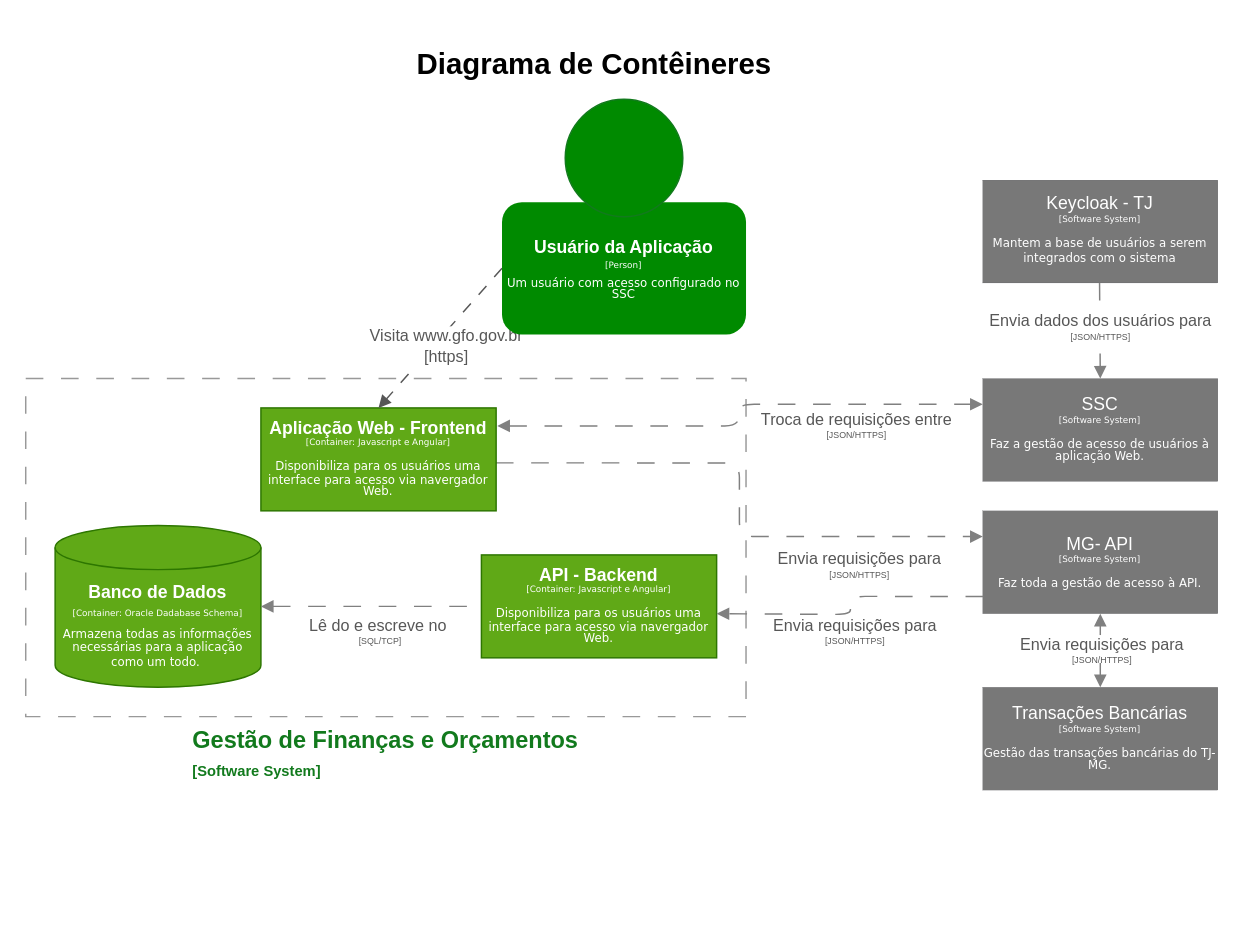
This is drawio/Diagrama Components v1.drawio from vitorecdias/drawio, a draw.io file, before an edit. Source tidied: cells renumbered, new cells numbered last; positions are measured from the earlier drawing's top-left corner, leaving out a move shared by most shapes. Both pictures are drawn from the tidied source at 147%, with x=0, y=0 at pixel (25, 40).
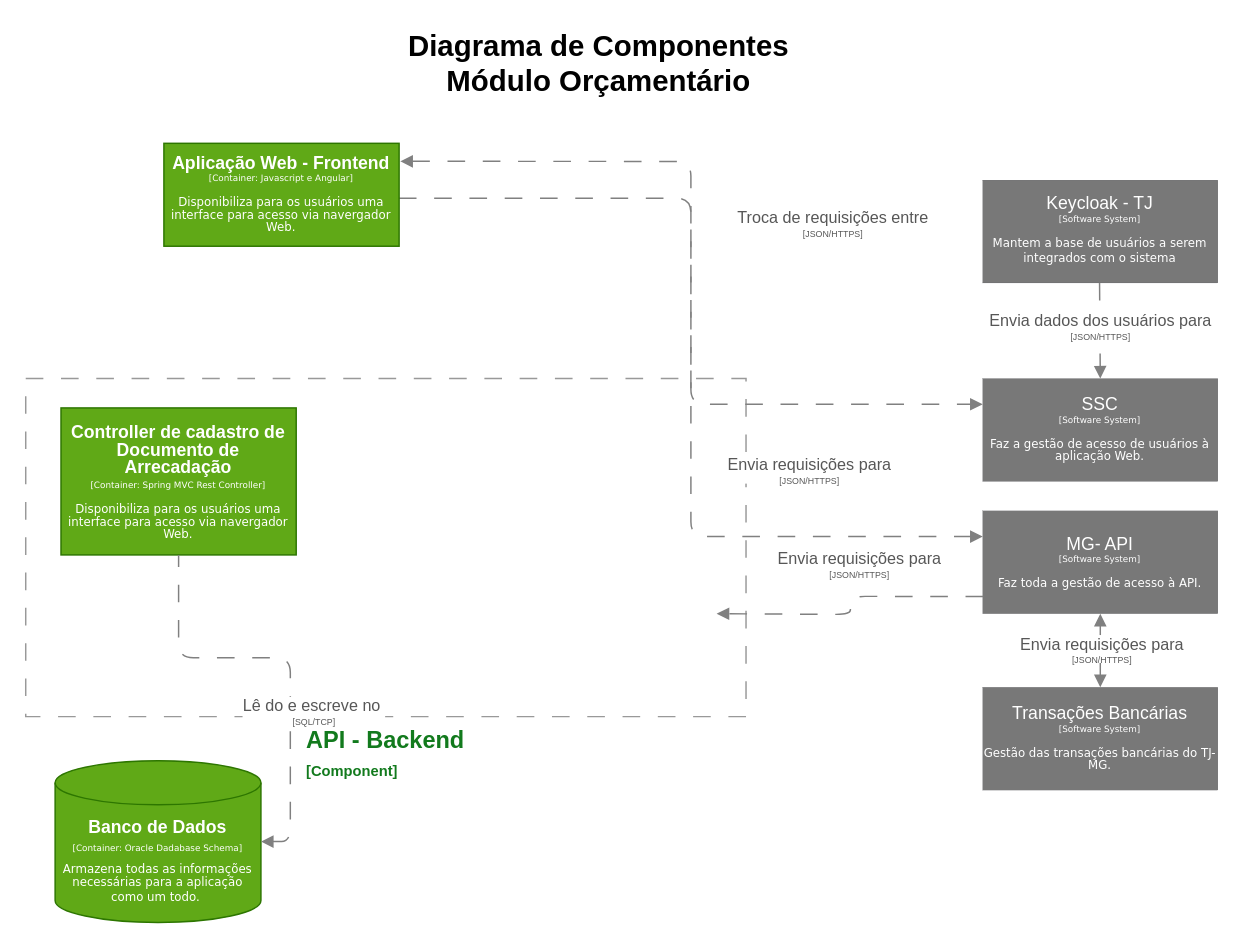
The same page after the edit.

What changed in the source:
```diff
@@
-    <mxCell id="2" value="&lt;font style=&quot;font-size: 20px;&quot;&gt;&lt;b&gt;Diagrama de Contêineres&lt;/b&gt;&lt;/font&gt;" style="text;html=1;align=center;verticalAlign=middle;whiteSpace=wrap;rounded=0;" parent="1" vertex="1">
-      <mxGeometry x="222" width="330" height="30" as="geometry" />
+    <mxCell id="2" value="&lt;font style=&quot;font-size: 20px;&quot;&gt;&lt;b&gt;Diagrama de Componentes&lt;br&gt;Módulo Orçamentário&lt;/b&gt;&lt;/font&gt;" style="text;html=1;align=center;verticalAlign=middle;whiteSpace=wrap;rounded=0;" parent="1" vertex="1">
+      <mxGeometry x="225" y="-10" width="330" height="50" as="geometry" />
     </mxCell>
-    <mxCell id="3" value="&lt;font style=&quot;color: rgb(18, 122, 29);&quot;&gt;Gestão de Finanças e Orçamentos&lt;br&gt;&lt;/font&gt;&lt;div style=&quot;text-align: left;&quot;&gt;&lt;span style=&quot;font-size: 10px; background-color: transparent;&quot;&gt;&lt;font style=&quot;color: rgb(18, 122, 29);&quot;&gt;[Software System]&lt;/font&gt;&lt;/span&gt;&lt;/div&gt;" style="rounded=0;whiteSpace=wrap;html=1;imageVerticalAlign=middle;labelPosition=center;verticalLabelPosition=bottom;align=center;verticalAlign=top;fontSize=16;fontStyle=1;fillColor=none;dashed=1;dashPattern=12 12;strokeColor=#999999;" parent="1" vertex="1">
+    <mxCell id="3" value="&lt;font style=&quot;color: rgb(18, 122, 29);&quot;&gt;API - Backend&lt;br&gt;&lt;/font&gt;&lt;div style=&quot;text-align: left;&quot;&gt;&lt;span style=&quot;font-size: 10px; background-color: transparent;&quot;&gt;&lt;font style=&quot;color: rgb(18, 122, 29);&quot;&gt;[Component]&lt;/font&gt;&lt;/span&gt;&lt;/div&gt;" style="rounded=0;whiteSpace=wrap;html=1;imageVerticalAlign=middle;labelPosition=center;verticalLabelPosition=bottom;align=center;verticalAlign=top;fontSize=16;fontStyle=1;fillColor=none;dashed=1;dashPattern=12 12;strokeColor=#999999;" parent="1" vertex="1">
       <mxGeometry y="230" width="490" height="230" as="geometry" />
     </mxCell>
@@
     <mxCell id="6" value="&lt;div style=&quot;line-height: 70%;&quot;&gt;&lt;font&gt;&lt;b&gt;Aplicação Web - Frontend&lt;/b&gt;&lt;/font&gt;&lt;div&gt;&lt;font face=&quot;Verdana&quot; style=&quot;font-size: 6px; line-height: 70%;&quot;&gt;[Container: Javascript e Angular]&lt;/font&gt;&lt;/div&gt;&lt;div&gt;&lt;font face=&quot;Verdana&quot; style=&quot;font-size: 6px; line-height: 70%;&quot;&gt;&lt;br&gt;&lt;/font&gt;&lt;/div&gt;&lt;div&gt;&lt;font face=&quot;Verdana&quot; style=&quot;line-height: 70%; font-size: 8px;&quot;&gt;Disponibiliza para os usuários uma interface para acesso via navergador Web.&lt;/font&gt;&lt;/div&gt;&lt;/div&gt;" style="rounded=0;whiteSpace=wrap;html=1;fillColor=#60a917;fontColor=#ffffff;strokeColor=#2D7600;" parent="1" vertex="1">
-      <mxGeometry x="160" y="250" width="160" height="70" as="geometry" />
+      <mxGeometry x="94" y="70" width="160" height="70" as="geometry" />
     </mxCell>
-    <mxCell id="7" value="&lt;div style=&quot;line-height: 70%;&quot;&gt;&lt;b&gt;API - Backend&lt;/b&gt;&lt;br&gt;&lt;div&gt;&lt;font face=&quot;Verdana&quot; style=&quot;font-size: 6px; line-height: 70%;&quot;&gt;[Container: Javascript e Angular]&lt;/font&gt;&lt;/div&gt;&lt;div&gt;&lt;font face=&quot;Verdana&quot; style=&quot;font-size: 6px; line-height: 70%;&quot;&gt;&lt;br&gt;&lt;/font&gt;&lt;/div&gt;&lt;div&gt;&lt;font face=&quot;Verdana&quot; style=&quot;line-height: 70%; font-size: 8px;&quot;&gt;Disponibiliza para os usuários uma interface para acesso via navergador Web.&lt;/font&gt;&lt;/div&gt;&lt;/div&gt;" style="rounded=0;whiteSpace=wrap;html=1;fillColor=#60a917;fontColor=#ffffff;strokeColor=#2D7600;" parent="1" vertex="1">
-      <mxGeometry x="310" y="350" width="160" height="70" as="geometry" />
+    <mxCell id="7" value="&lt;div style=&quot;line-height: 70%;&quot;&gt;&lt;b style=&quot;line-height: 100%;&quot;&gt;Controller de cadastro de Documento de Arrecadação&lt;/b&gt;&lt;br&gt;&lt;div&gt;&lt;font face=&quot;Verdana&quot; style=&quot;font-size: 6px; line-height: 70%;&quot;&gt;[Container: Spring MVC Rest Controller]&lt;/font&gt;&lt;/div&gt;&lt;div&gt;&lt;font face=&quot;Verdana&quot; style=&quot;font-size: 6px; line-height: 70%;&quot;&gt;&lt;br&gt;&lt;/font&gt;&lt;/div&gt;&lt;div&gt;&lt;font face=&quot;Verdana&quot; style=&quot;line-height: 70%; font-size: 8px;&quot;&gt;Disponibiliza para os usuários uma interface para acesso via navergador Web.&lt;/font&gt;&lt;/div&gt;&lt;/div&gt;" style="rounded=0;whiteSpace=wrap;html=1;fillColor=#60a917;fontColor=#ffffff;strokeColor=#2D7600;" parent="1" vertex="1">
+      <mxGeometry x="24" y="250" width="160" height="100" as="geometry" />
     </mxCell>
@@
-    <mxCell id="9" style="endArrow=block;html=1;rounded=0;exitX=0;exitY=0.5;exitDx=0;exitDy=0;entryX=0.5;entryY=0;entryDx=0;entryDy=0;dashed=1;dashPattern=8 8;strokeColor=#575757;endFill=1;" parent="1" edge="1" source="12" target="6">
-      <mxGeometry relative="1" as="geometry" />
-    </mxCell>
-    <mxCell id="10" value="&lt;font style=&quot;color: rgb(87, 87, 87);&quot;&gt;Visita www.gfo.gov.br&lt;/font&gt;&lt;div&gt;&lt;font style=&quot;color: rgb(87, 87, 87);&quot;&gt;[https]&lt;/font&gt;&lt;/div&gt;" style="edgeLabel;html=1;align=center;verticalAlign=middle;" parent="9" vertex="1">
-      <mxGeometry x="-0.37" relative="1" as="geometry">
-        <mxPoint x="-12" y="23" as="offset" />
-      </mxGeometry>
-    </mxCell>
-    <mxCell id="11" style="group;" parent="1" vertex="1">
-      <mxGeometry x="324" y="40" width="166" height="160" as="geometry" />
-    </mxCell>
-    <mxCell id="12" value="&lt;font style=&quot;line-height: 40%;&quot; face=&quot;Helvetica&quot;&gt;&lt;b&gt;&lt;font&gt;Usuário da Aplicação&lt;/font&gt;&lt;/b&gt;&lt;/font&gt;&lt;div style=&quot;line-height: 40%;&quot;&gt;&lt;font style=&quot;font-family: Verdana; font-size: 6px; line-height: 40%;&quot;&gt;[Person]&lt;/font&gt;&lt;/div&gt;&lt;div style=&quot;line-height: 40%;&quot;&gt;&lt;font face=&quot;Verdana&quot;&gt;&lt;span style=&quot;font-size: 6px;&quot;&gt;&lt;br&gt;&lt;/span&gt;&lt;/font&gt;&lt;div style=&quot;line-height: 60%;&quot;&gt;&lt;font style=&quot;font-size: 8px; line-height: 60%;&quot; face=&quot;Verdana&quot;&gt;Um usuário com acesso configurado no SSC&lt;/font&gt;&lt;/div&gt;&lt;/div&gt;" style="rounded=1;whiteSpace=wrap;html=1;fillColor=#008a00;strokeColor=none;fontColor=#ffffff;" parent="11" vertex="1">
-      <mxGeometry y="70" width="166" height="90" as="geometry" />
-    </mxCell>
-    <mxCell id="13" style="ellipse;whiteSpace=wrap;html=1;fillColor=#008a00;fontColor=#ffffff;strokeColor=light-dark(#127A1D,#EDEDED);" parent="11" vertex="1">
-      <mxGeometry x="43" width="80" height="80" as="geometry" />
-    </mxCell>
     <mxCell id="14" value="&lt;font style=&quot;line-height: 80%;&quot; face=&quot;Helvetica&quot;&gt;&lt;b&gt;Banco de Dados&lt;/b&gt;&lt;/font&gt;&lt;div style=&quot;line-height: 80%;&quot;&gt;&lt;font style=&quot;font-size: 6px; line-height: 80%;&quot; face=&quot;Verdana&quot;&gt;[Container: Oracle Dadabase Schema]&lt;/font&gt;&lt;/div&gt;&lt;div style=&quot;line-height: 40%;&quot;&gt;&lt;font style=&quot;font-size: 6px; line-height: 40%;&quot; face=&quot;Verdana&quot;&gt;&lt;br&gt;&lt;/font&gt;&lt;/div&gt;&lt;div style=&quot;line-height: 80%;&quot;&gt;&lt;font face=&quot;Verdana&quot; style=&quot;font-size: 8px; line-height: 80%;&quot;&gt;Armazena todas as informações necessárias para a aplicação como um todo.&amp;nbsp;&lt;/font&gt;&lt;/div&gt;" style="shape=cylinder3;whiteSpace=wrap;html=1;boundedLbl=1;backgroundOutline=1;size=15;fontColor=#ffffff;fillColor=#60a917;strokeColor=#2D7600;" parent="1" vertex="1">
-      <mxGeometry x="20" y="330" width="140" height="110" as="geometry" />
+      <mxGeometry x="20" y="490" width="140" height="110" as="geometry" />
     </mxCell>
@@
-    <mxCell id="21" style="edgeStyle=orthogonalEdgeStyle;rounded=1;jettySize=auto;html=1;curved=0;strokeColor=light-dark(#808080, #ededed);dashed=1;dashPattern=12 12;entryX=0;entryY=0.5;entryDx=0;entryDy=0;exitX=1;exitY=0.5;exitDx=0;exitDy=0;endArrow=none;endFill=1;startArrow=block;startFill=1;exitPerimeter=0;" parent="1" edge="1" source="14" target="7">
+    <mxCell id="21" style="edgeStyle=orthogonalEdgeStyle;rounded=1;jettySize=auto;html=1;curved=0;strokeColor=light-dark(#808080, #ededed);dashed=1;dashPattern=12 12;entryX=0.5;entryY=1;entryDx=0;entryDy=0;exitX=1;exitY=0.5;exitDx=0;exitDy=0;endArrow=none;endFill=1;startArrow=block;startFill=1;exitPerimeter=0;" parent="1" edge="1" source="14" target="7">
       <mxGeometry relative="1" as="geometry" />
     </mxCell>
```
